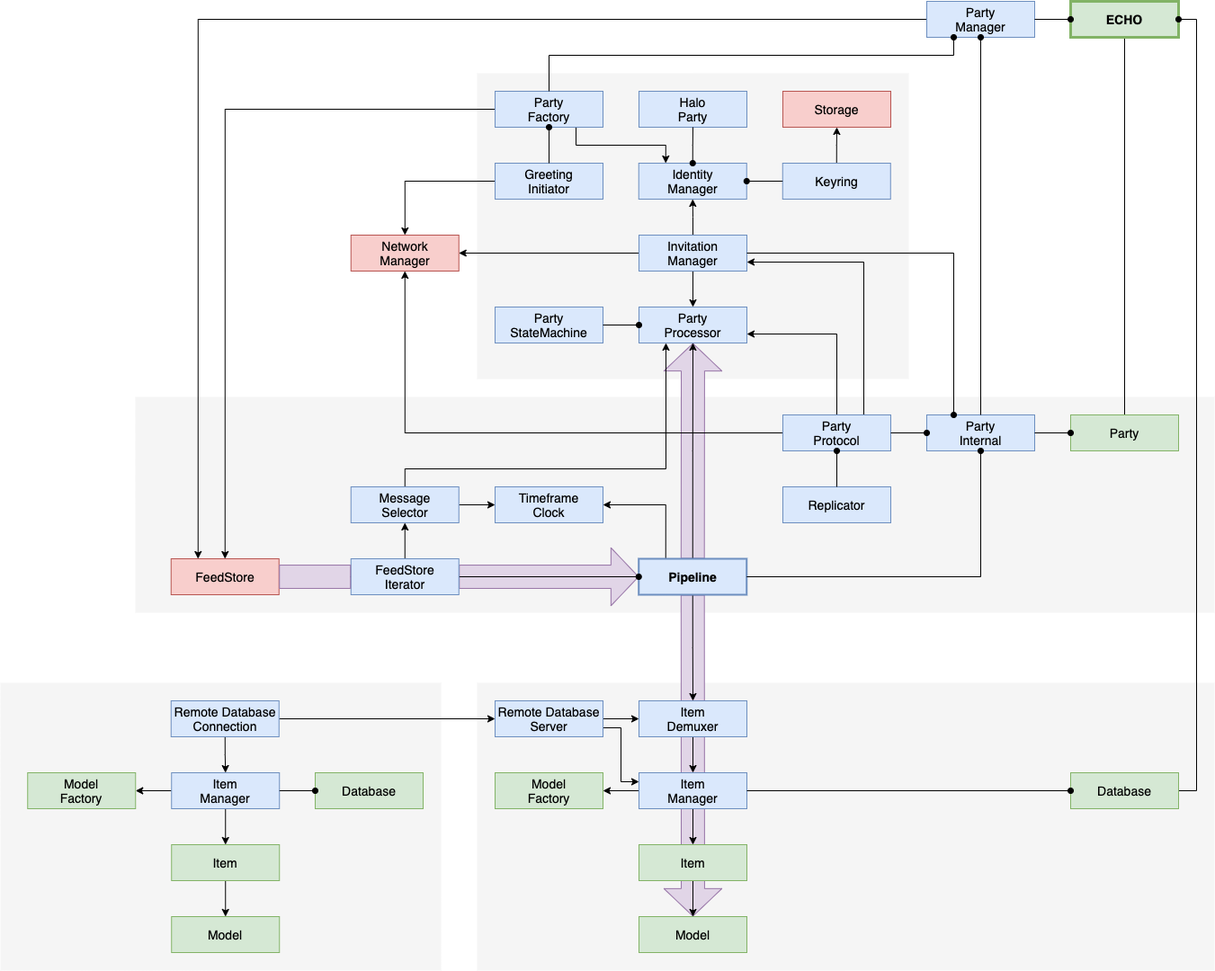
dxos/dxos keeps this draw.io diagram as docs/diagrams/data-processing-2.png. Above is the earlier version. Source tidied: cells renumbered, new cells last; positions are measured from the earlier drawing's top-left corner, leaving out a move shared by most shapes.
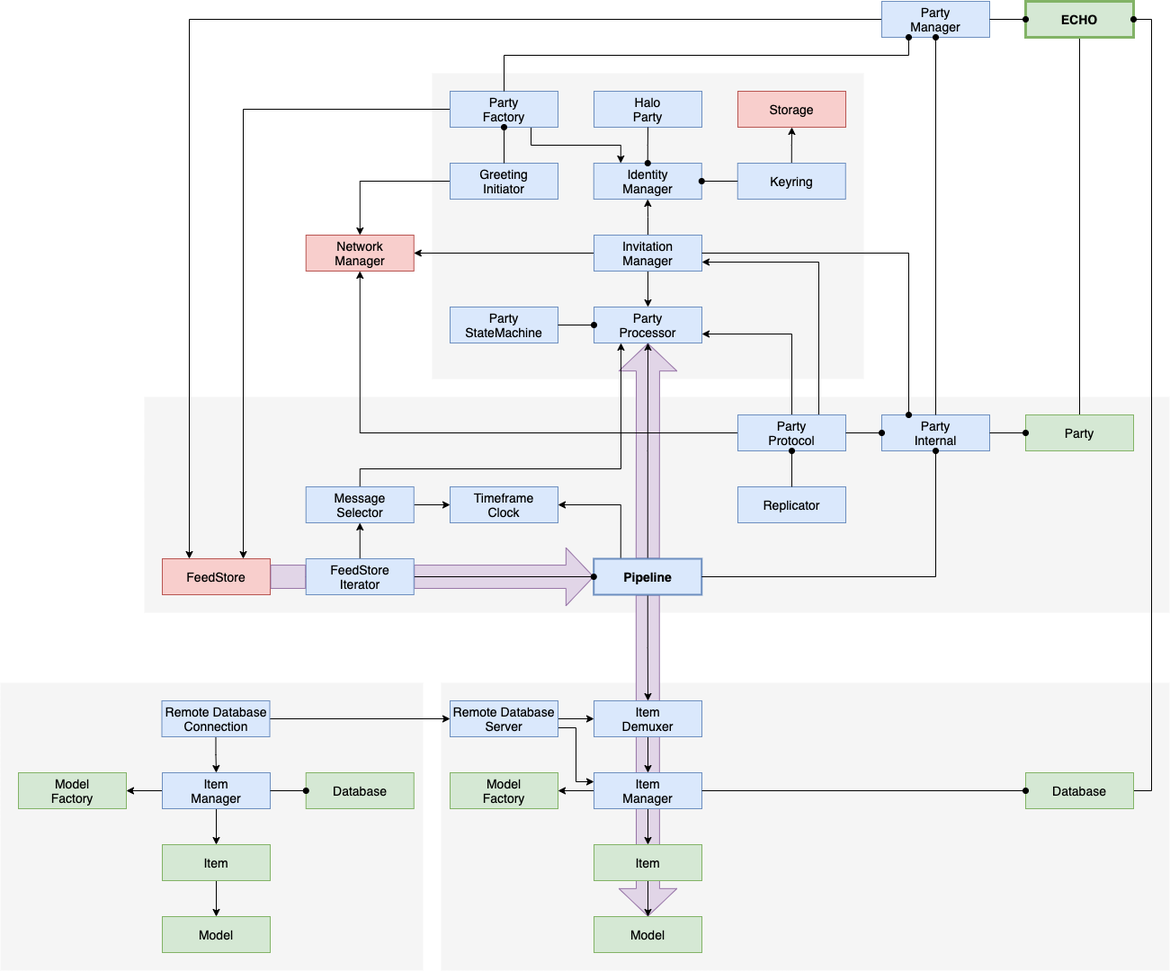
Above is the later version.

Diff of the diagram source:
```diff
@@ -3,7 +3,7 @@
     <mxCell id="0" />
     <mxCell id="1" parent="0" />
     <mxCell id="2" style="rounded=0;whiteSpace=wrap;html=1;fontSize=14;fontFamily=Helvetica;fontStyle=0;fillColor=#f5f5f5;dashed=1;fontColor=#333333;strokeColor=none;" parent="1" vertex="1">
-      <mxGeometry x="150" y="440" width="1200" height="240" as="geometry" />
+      <mxGeometry x="210" y="440" width="1140" height="240" as="geometry" />
     </mxCell>
     <mxCell id="3" style="shape=flexArrow;endArrow=classic;html=1;fillColor=#e1d5e7;strokeColor=#9673a6;endWidth=37.64705882352941;endSize=9.882352941176471;width=25.88235294117647;startArrow=none;" parent="1" edge="1" source="89">
       <mxGeometry relative="1" as="geometry">
@@ -11,7 +11,7 @@
       </mxGeometry>
     </mxCell>
     <mxCell id="4" style="rounded=0;whiteSpace=wrap;html=1;fontSize=14;fontFamily=Helvetica;fontStyle=0;fillColor=#f5f5f5;dashed=1;fontColor=#333333;strokeColor=none;" parent="1" vertex="1">
-      <mxGeometry x="530" y="758" width="820" height="320" as="geometry" />
+      <mxGeometry x="540" y="758" width="810" height="320" as="geometry" />
     </mxCell>
     <mxCell id="5" style="shape=flexArrow;endArrow=classic;html=1;fillColor=#e1d5e7;strokeColor=#9673a6;endWidth=37.64705882352941;endSize=9.882352941176471;width=25.88235294117647;exitX=0.5;exitY=1;exitDx=0;exitDy=0;entryX=0.5;entryY=0;entryDx=0;entryDy=0;" parent="1" edge="1" source="19" target="15">
       <mxGeometry relative="1" as="geometry" />
@@ -93,7 +93,7 @@
     <mxCell id="28" value="Party&lt;br&gt;Protocol" style="rounded=0;whiteSpace=wrap;html=1;fontSize=14;fontFamily=Helvetica;fillColor=#dae8fc;strokeColor=#6c8ebf;fontStyle=0;strokeWidth=1;" parent="1" vertex="1">
       <mxGeometry x="870" y="460" width="120" height="40" as="geometry" />
     </mxCell>
-    <mxCell id="29" style="edgeStyle=orthogonalEdgeStyle;rounded=0;jettySize=auto;html=1;exitX=0;exitY=0.5;exitDx=0;exitDy=0;entryX=0.5;entryY=0;entryDx=0;entryDy=0;" parent="1" edge="1" source="31" target="56">
+    <mxCell id="29" style="edgeStyle=orthogonalEdgeStyle;rounded=0;jettySize=auto;html=1;exitX=0;exitY=0.5;exitDx=0;exitDy=0;entryX=0.75;entryY=0;entryDx=0;entryDy=0;" parent="1" edge="1" source="31" target="56">
       <mxGeometry relative="1" as="geometry" />
     </mxCell>
     <mxCell id="30" style="edgeStyle=orthogonalEdgeStyle;rounded=0;jettySize=auto;html=1;exitX=0.75;exitY=1;exitDx=0;exitDy=0;entryX=0.25;entryY=0;entryDx=0;entryDy=0;" parent="1" edge="1" source="31" target="23">
@@ -188,7 +188,7 @@
       <mxGeometry x="710" y="100" width="120" height="40" as="geometry" />
     </mxCell>
     <mxCell id="56" value="FeedStore" style="rounded=0;whiteSpace=wrap;html=1;fontSize=14;fontFamily=Helvetica;fillColor=#f8cecc;strokeColor=#b85450;fontStyle=0;strokeWidth=1;" parent="1" vertex="1">
-      <mxGeometry x="189.8" y="620" width="120" height="40" as="geometry" />
+      <mxGeometry x="230" y="620" width="120" height="40" as="geometry" />
     </mxCell>
     <mxCell id="57" value="Item&lt;br&gt;Manager" style="rounded=0;whiteSpace=wrap;html=1;fontSize=14;fontFamily=Helvetica;fillColor=#dae8fc;strokeColor=#6c8ebf;fontStyle=0;strokeWidth=1;" parent="1" vertex="1">
       <mxGeometry x="710" y="858" width="120" height="40" as="geometry" />
@@ -244,7 +244,7 @@
       <mxGeometry relative="1" as="geometry" />
     </mxCell>
     <mxCell id="73" style="rounded=0;whiteSpace=wrap;html=1;fontSize=14;fontFamily=Helvetica;fontStyle=0;fillColor=#f5f5f5;dashed=1;fontColor=#333333;strokeColor=none;" parent="1" vertex="1">
-      <mxGeometry y="758" width="490" height="320" as="geometry" />
+      <mxGeometry x="50" y="758" width="470" height="320" as="geometry" />
     </mxCell>
     <mxCell id="74" style="edgeStyle=orthogonalEdgeStyle;rounded=0;jettySize=auto;html=1;exitX=0.5;exitY=1;exitDx=0;exitDy=0;" parent="1" edge="1" source="81" target="77">
       <mxGeometry relative="1" as="geometry" />
@@ -256,19 +256,19 @@
       <mxGeometry relative="1" as="geometry" />
     </mxCell>
     <mxCell id="77" value="Item" style="rounded=0;whiteSpace=wrap;html=1;fontSize=14;fontFamily=Helvetica;fillColor=#d5e8d4;strokeColor=#82b366;fontStyle=0;strokeWidth=1;" parent="1" vertex="1">
-      <mxGeometry x="190.2" y="938" width="120" height="40" as="geometry" />
+      <mxGeometry x="230" y="938" width="120" height="40" as="geometry" />
     </mxCell>
     <mxCell id="78" value="Model" style="rounded=0;whiteSpace=wrap;html=1;fontSize=14;fontFamily=Helvetica;fillColor=#d5e8d4;strokeColor=#82b366;fontStyle=0;strokeWidth=1;" parent="1" vertex="1">
-      <mxGeometry x="190.2" y="1018" width="120" height="40" as="geometry" />
+      <mxGeometry x="230" y="1018" width="120" height="40" as="geometry" />
     </mxCell>
     <mxCell id="79" value="Model&lt;br&gt;Factory" style="rounded=0;whiteSpace=wrap;html=1;fontSize=14;fontFamily=Helvetica;fillColor=#d5e8d4;strokeColor=#82b366;fontStyle=0;strokeWidth=1;" parent="1" vertex="1">
-      <mxGeometry x="30.2" y="858" width="120" height="40" as="geometry" />
+      <mxGeometry x="70" y="858" width="120" height="40" as="geometry" />
     </mxCell>
     <mxCell id="80" value="Database" style="rounded=0;whiteSpace=wrap;html=1;fontSize=14;fontFamily=Helvetica;fillColor=#d5e8d4;strokeColor=#82b366;fontStyle=0;strokeWidth=1;" parent="1" vertex="1">
-      <mxGeometry x="350" y="858" width="120" height="40" as="geometry" />
+      <mxGeometry x="389.8" y="858" width="120" height="40" as="geometry" />
     </mxCell>
     <mxCell id="81" value="Item&lt;br&gt;Manager" style="rounded=0;whiteSpace=wrap;html=1;fontSize=14;fontFamily=Helvetica;fillColor=#dae8fc;strokeColor=#6c8ebf;fontStyle=0;strokeWidth=1;" parent="1" vertex="1">
-      <mxGeometry x="190.2" y="858" width="120" height="40" as="geometry" />
+      <mxGeometry x="230" y="858" width="120" height="40" as="geometry" />
     </mxCell>
     <mxCell id="82" style="edgeStyle=orthogonalEdgeStyle;rounded=0;jettySize=auto;html=1;exitX=0;exitY=0.5;exitDx=0;exitDy=0;entryX=1;entryY=0.5;entryDx=0;entryDy=0;startArrow=oval;startFill=1;endArrow=none;endFill=0;" parent="1" edge="1" source="80" target="81">
       <mxGeometry relative="1" as="geometry" />
@@ -280,7 +280,7 @@
       <mxGeometry relative="1" as="geometry" />
     </mxCell>
     <mxCell id="85" value="Remote Database Connection" style="rounded=0;whiteSpace=wrap;html=1;fontSize=14;fontFamily=Helvetica;fillColor=#dae8fc;strokeColor=#6c8ebf;fontStyle=0;strokeWidth=1;" parent="1" vertex="1">
-      <mxGeometry x="189.8" y="778" width="120" height="40" as="geometry" />
+      <mxGeometry x="229.5" y="778" width="120" height="40" as="geometry" />
     </mxCell>
     <mxCell id="86" style="edgeStyle=orthogonalEdgeStyle;rounded=0;jettySize=auto;html=1;exitX=1;exitY=0.5;exitDx=0;exitDy=0;" parent="1" edge="1" source="88" target="43">
       <mxGeometry relative="1" as="geometry" />
```
